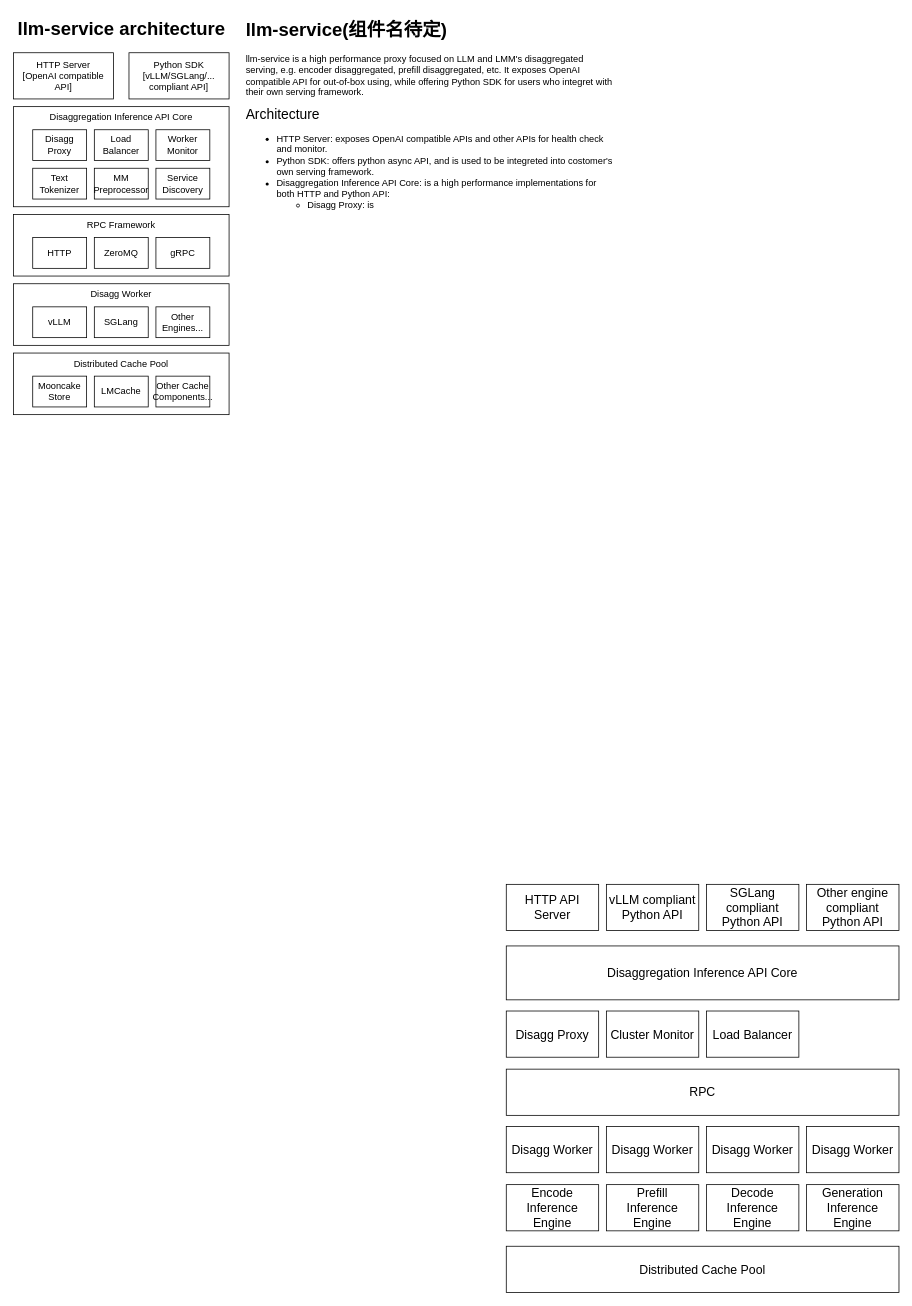
This is llm_service_arch.drawio from wuhang2014/design_docs, a draw.io file, before an edit. Source tidied: cells renumbered, new cells numbered last; positions are measured from the earlier drawing's top-left corner, leaving out a move shared by most shapes. Both pictures are drawn from the tidied source at 77%, with x=0, y=0 at pixel (13, 13).
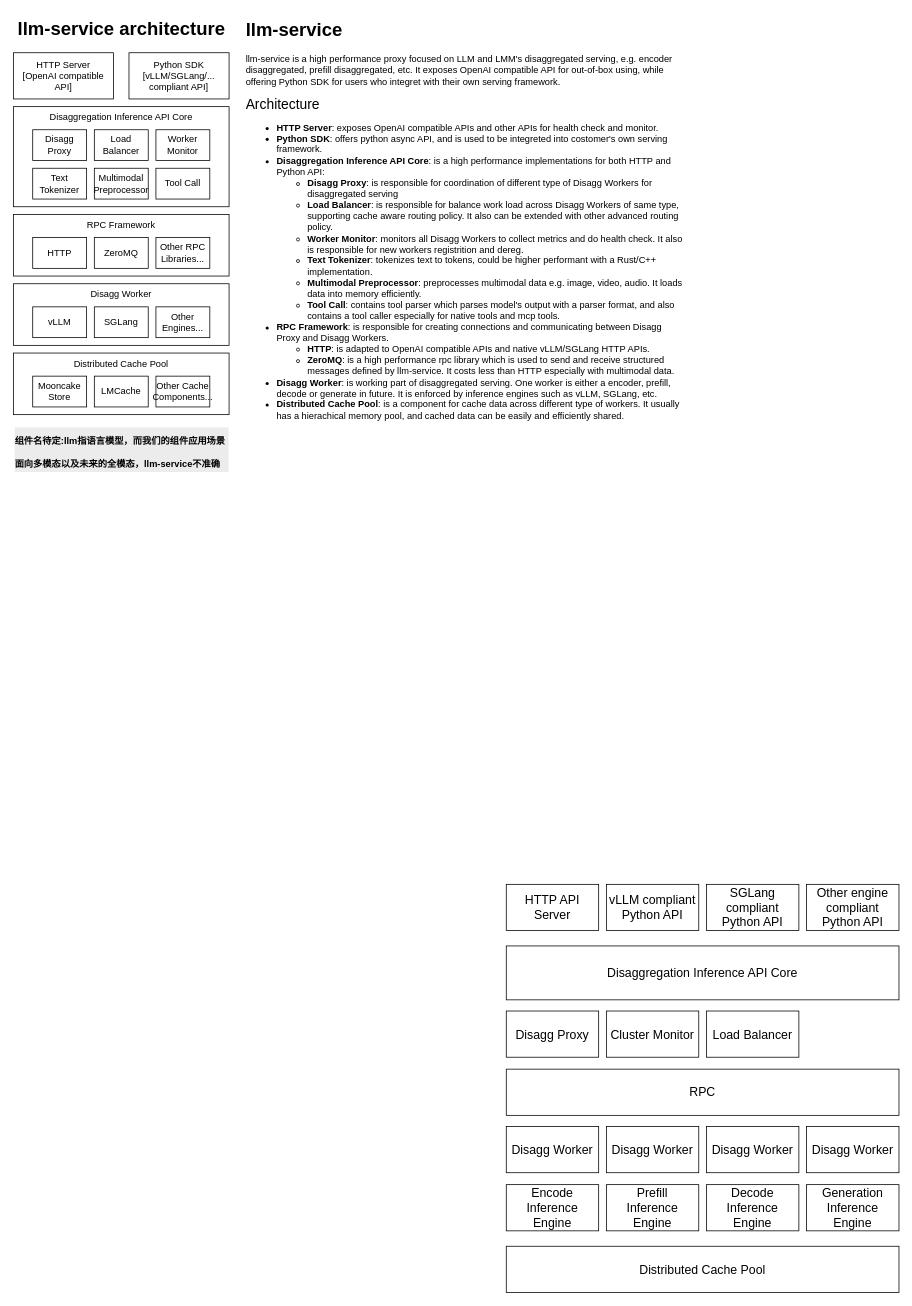
Above is the later version.

What changed in the source:
```diff
@@
-    <mxCell id="29" value="MM Preprocessor" style="rounded=0;whiteSpace=wrap;html=1;" parent="1" vertex="1">
+    <mxCell id="29" value="Multimodal Preprocessor" style="rounded=0;whiteSpace=wrap;html=1;" parent="1" vertex="1">
       <mxGeometry x="105" y="201" width="70" height="40" as="geometry" />
     </mxCell>
@@
-    <mxCell id="32" value="gRPC" style="rounded=0;whiteSpace=wrap;html=1;" parent="1" vertex="1">
+    <mxCell id="32" value="Other RPC Libraries..." style="rounded=0;whiteSpace=wrap;html=1;" parent="1" vertex="1">
       <mxGeometry x="185" y="291" width="70" height="40" as="geometry" />
     </mxCell>
@@
-    <mxCell id="41" value="Service Discovery" style="rounded=0;whiteSpace=wrap;html=1;" parent="1" vertex="1">
+    <mxCell id="41" value="Tool Call" style="rounded=0;whiteSpace=wrap;html=1;" parent="1" vertex="1">
       <mxGeometry x="185" y="201" width="70" height="40" as="geometry" />
     </mxCell>
-    <mxCell id="42" value="&lt;h1 style=&quot;margin-top: 0px;&quot;&gt;llm-service(组件名待定)&lt;/h1&gt;&lt;p&gt;llm-service is a high performance proxy focused on LLM and LMM's disaggregated serving, e.g. encoder disaggregated, prefill disaggregated, etc. It exposes OpenAI compatible API for out-of-box using, while offering Python SDK for users who integret with their own serving framework.&lt;/p&gt;&lt;p&gt;&lt;font style=&quot;font-size: 18px;&quot;&gt;Architecture&lt;/font&gt;&lt;/p&gt;&lt;p&gt;&lt;/p&gt;&lt;ul&gt;&lt;li&gt;HTTP Server: exposes OpenAI compatible APIs and other APIs for health check and monitor.&lt;/li&gt;&lt;li&gt;Python SDK: offers python async API, and is used to be integreted into costomer's own serving framework.&lt;/li&gt;&lt;li&gt;Disaggregation Inference API Core: is a high performance implementations for both HTTP and Python API:&lt;/li&gt;&lt;ul&gt;&lt;li&gt;Disagg Proxy: is&amp;nbsp;&lt;/li&gt;&lt;/ul&gt;&lt;/ul&gt;&lt;p&gt;&lt;/p&gt;" style="text;html=1;whiteSpace=wrap;overflow=hidden;rounded=0;" parent="1" vertex="1">
-      <mxGeometry x="300" y="1" width="480" height="550" as="geometry" />
+    <mxCell id="42" value="&lt;h1 style=&quot;margin-top: 0px;&quot;&gt;llm-service&lt;/h1&gt;&lt;p&gt;llm-service is a high performance proxy focused on LLM and LMM's disaggregated serving, e.g. encoder disaggregated, prefill disaggregated, etc. It exposes OpenAI compatible API for out-of-box using, while offering Python SDK for users who integret with their own serving framework.&lt;/p&gt;&lt;p&gt;&lt;font style=&quot;font-size: 18px;&quot;&gt;Architecture&lt;/font&gt;&lt;/p&gt;&lt;p&gt;&lt;/p&gt;&lt;ul&gt;&lt;li&gt;&lt;b&gt;HTTP Server&lt;/b&gt;: exposes OpenAI compatible APIs and other APIs for health check and monitor.&lt;/li&gt;&lt;li&gt;&lt;b&gt;Python SDK&lt;/b&gt;: offers python async API, and is used to be integreted into costomer's own serving framework.&lt;/li&gt;&lt;li&gt;&lt;b&gt;Disaggregation Inference API Core&lt;/b&gt;: is a high performance implementations for both HTTP and Python API:&lt;/li&gt;&lt;ul&gt;&lt;li&gt;&lt;b&gt;Disagg Proxy&lt;/b&gt;: is responsible for coordination of different type of Disagg Workers for disaggregated serving&lt;/li&gt;&lt;li&gt;&lt;b&gt;Load Balancer&lt;/b&gt;: is responsible for balance work load across Disagg Workers of same type, supporting cache aware routing policy. It also can be extended with other advanced routing policy.&lt;/li&gt;&lt;li&gt;&lt;b&gt;Worker Monitor&lt;/b&gt;: monitors all Disagg Workers to collect metrics and do health check. It also is responsible for new workers registrition and dereg.&lt;/li&gt;&lt;li&gt;&lt;b&gt;Text Tokenizer&lt;/b&gt;: tokenizes text to tokens, could be higher performant with a Rust/C++ implementation.&lt;/li&gt;&lt;li&gt;&lt;b&gt;Multimodal Preprocessor&lt;/b&gt;: preprocesses multimodal data e.g. image, video, audio. It loads data into memory efficiently.&lt;/li&gt;&lt;li&gt;&lt;b&gt;Tool Call&lt;/b&gt;: contains tool parser which parses model's output with a parser format, and also contains a tool caller especially for native tools and mcp tools.&lt;/li&gt;&lt;/ul&gt;&lt;li&gt;&lt;b&gt;RPC Framework&lt;/b&gt;: is responsible for creating connections and communicating between Disagg Proxy and Disagg Workers.&lt;/li&gt;&lt;ul&gt;&lt;li&gt;&lt;b&gt;HTTP&lt;/b&gt;: is adapted to OpenAI compatible APIs and native vLLM/SGLang HTTP APIs.&lt;/li&gt;&lt;li&gt;&lt;b&gt;ZeroMQ&lt;/b&gt;: is a high performance rpc library which is used to send and receive structured messages defined by llm-service. It costs less than HTTP especially with multimodal data.&lt;/li&gt;&lt;/ul&gt;&lt;li&gt;&lt;b&gt;Disagg Worker&lt;/b&gt;: is working part of disaggregated serving. One worker is either a encoder, prefill, decode or generate in future. It is enforced by inference engines such as vLLM, SGLang, etc.&lt;/li&gt;&lt;li&gt;&lt;b&gt;Distributed Cache Pool&lt;/b&gt;: is a component for cache data across different type of workers. It usually has a hierachical memory pool, and cached data can be easily and efficiently shared.&lt;/li&gt;&lt;/ul&gt;&lt;p&gt;&lt;/p&gt;" style="text;html=1;whiteSpace=wrap;overflow=hidden;rounded=0;" parent="1" vertex="1">
+      <mxGeometry x="300" y="1" width="570" height="530" as="geometry" />
     </mxCell>
+    <mxCell id="43" value="&lt;h1 style=&quot;forced-color-adjust: none; color: rgb(0, 0, 0); font-family: Helvetica; font-style: normal; font-variant-ligatures: normal; font-variant-caps: normal; letter-spacing: normal; orphans: 2; text-align: left; text-indent: 0px; text-transform: none; widows: 2; word-spacing: 0px; -webkit-text-stroke-width: 0px; white-space: normal; background-color: rgb(236, 236, 236); text-decoration-thickness: initial; text-decoration-style: initial; text-decoration-color: initial; margin-top: 0px;&quot;&gt;&lt;font style=&quot;forced-color-adjust: none; font-size: 12px;&quot;&gt;组件名待定:llm指语言模型，而我们的组件应用场景面向多模态以及未来的全模态，llm-service不准确&lt;/font&gt;&lt;/h1&gt;" style="text;whiteSpace=wrap;html=1;" parent="1" vertex="1">
+      <mxGeometry y="531" width="280" height="100" as="geometry" />
+    </mxCell>
```
